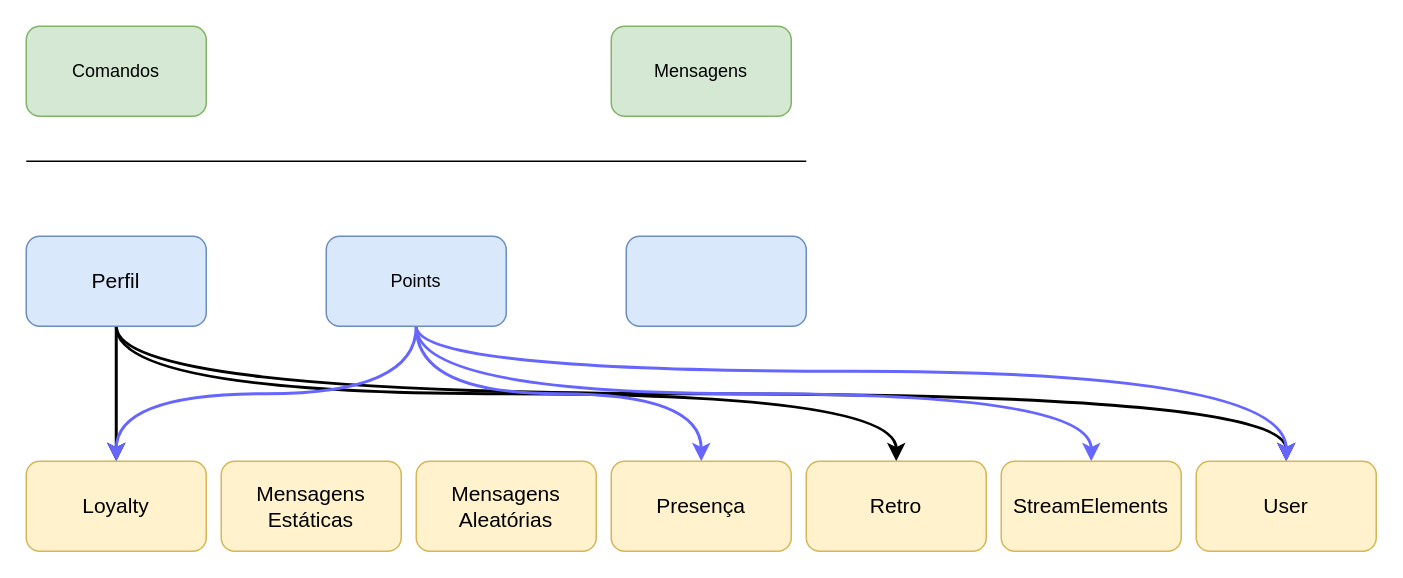
The draw.io diagram arch.drawio in TeoMeWhy/teomebot, before the edit. Source tidied: cells renumbered, new cells numbered last; positions are measured from the earlier drawing's top-left corner, leaving out a move shared by most shapes. Both pictures are drawn from the tidied source at 150%, with x=0, y=0 at pixel (26, 26).
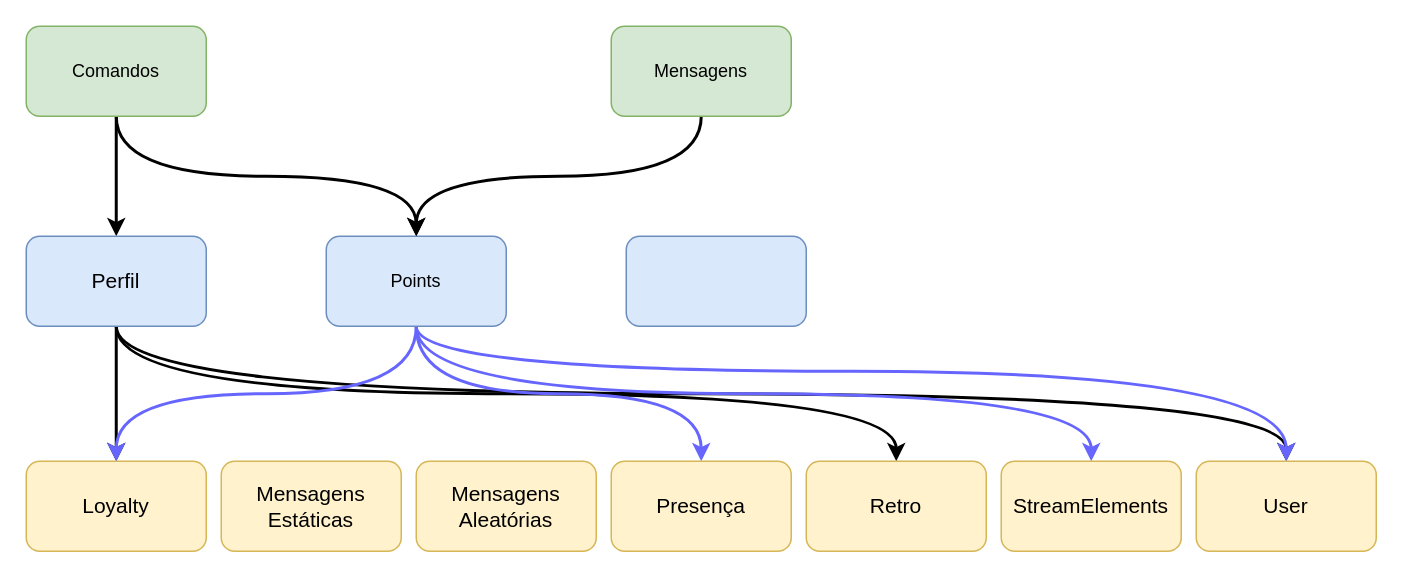
The same page after the edit.

Unchanged cells that the change refers to:
```xml
<mxCell id="2" value="Comandos" style="rounded=1;whiteSpace=wrap;html=1;fillColor=#d5e8d4;strokeColor=#82b366;" parent="1" vertex="1">
  <mxGeometry width="120" height="60" as="geometry" />
</mxCell>
<mxCell id="7" value="Perfil" style="rounded=1;whiteSpace=wrap;html=1;fillColor=#dae8fc;strokeColor=#6c8ebf;fontSize=14;" parent="1" vertex="1">
  <mxGeometry y="140" width="120" height="60" as="geometry" />
</mxCell>
<mxCell id="13" value="Points" style="rounded=1;whiteSpace=wrap;html=1;fillColor=#dae8fc;strokeColor=#6c8ebf;" parent="1" vertex="1">
  <mxGeometry x="200" y="140" width="120" height="60" as="geometry" />
</mxCell>
<mxCell id="21" value="Mensagens" style="rounded=1;whiteSpace=wrap;html=1;fillColor=#d5e8d4;strokeColor=#82b366;" parent="1" vertex="1">
  <mxGeometry x="390" width="120" height="60" as="geometry" />
</mxCell>
```

What changed in the source:
```diff
@@
+    <mxCell id="22" style="edgeStyle=none;html=1;strokeWidth=2;" parent="1" edge="1" source="2" target="7">
+      <mxGeometry relative="1" as="geometry" />
+    </mxCell>
+    <mxCell id="23" style="edgeStyle=orthogonalEdgeStyle;html=1;entryX=0.5;entryY=0;entryDx=0;entryDy=0;curved=1;exitX=0.5;exitY=1;exitDx=0;exitDy=0;strokeWidth=2;" parent="1" edge="1" source="2" target="13">
+      <mxGeometry relative="1" as="geometry" />
+    </mxCell>
@@
-    <mxCell id="3" style="endArrow=none;html=1;" parent="1" edge="1">
-      <mxGeometry relative="1" as="geometry">
-        <mxPoint y="90" as="sourcePoint" />
-        <mxPoint x="520" y="90" as="targetPoint" />
-      </mxGeometry>
-    </mxCell>
@@
+    <mxCell id="24" style="edgeStyle=orthogonalEdgeStyle;html=1;entryX=0.5;entryY=0;entryDx=0;entryDy=0;curved=1;exitX=0.5;exitY=1;exitDx=0;exitDy=0;strokeWidth=2;" parent="1" edge="1" source="21" target="13">
+      <mxGeometry relative="1" as="geometry" />
+    </mxCell>
```
